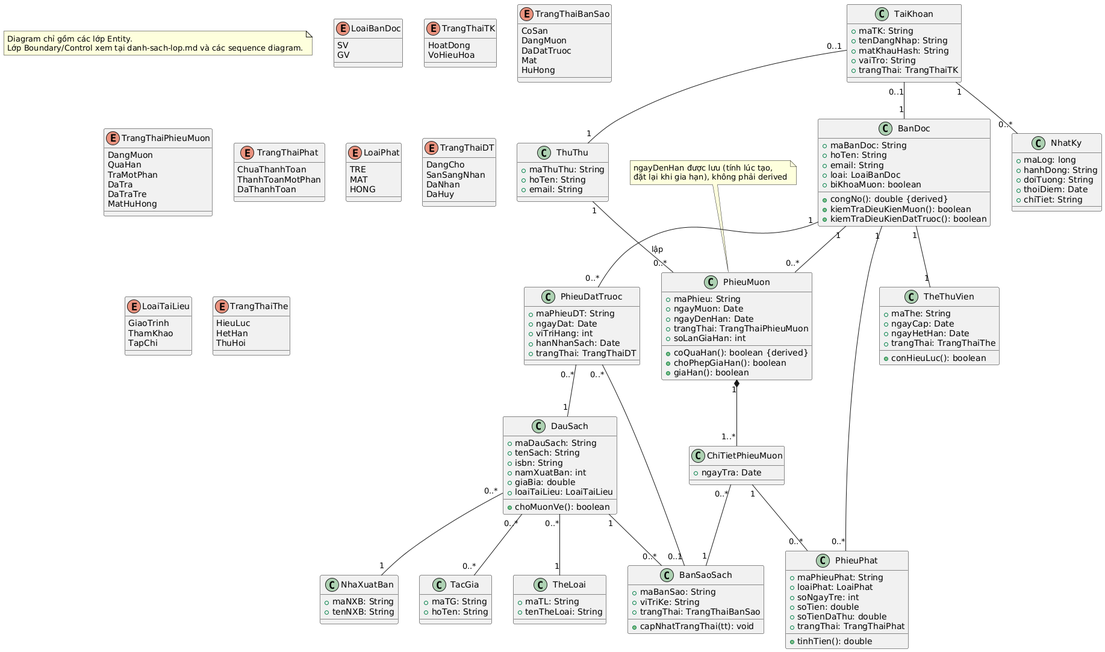
Earlier version of the PlantUML export docs/04-thiet-ke/class-diagram.png (mtmtmthehehe/OOAD).
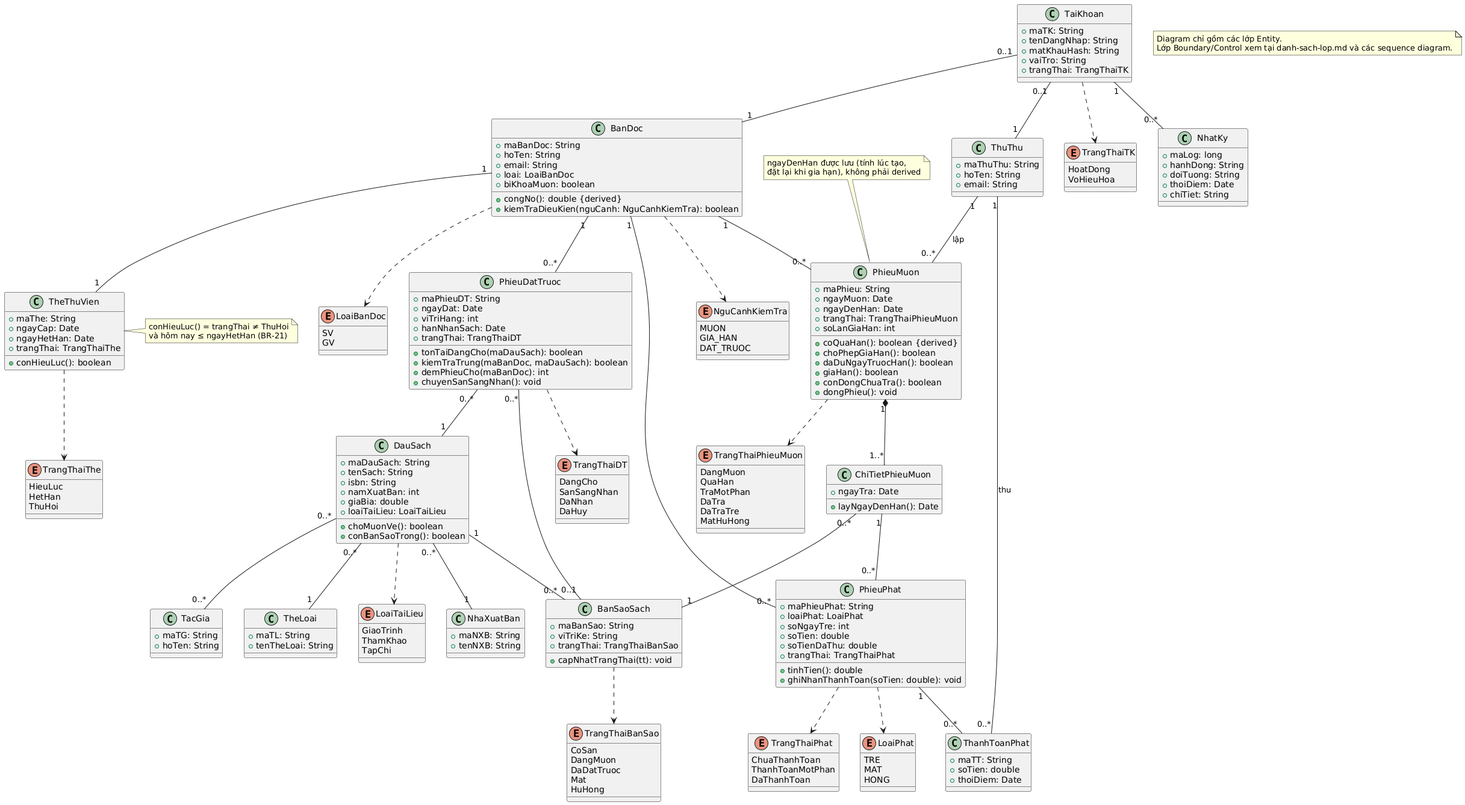
The same file after the commit.

What changed in the source:
```diff
@@ -47,6 +47,11 @@
   ThamKhao
   TapChi
 }
+enum NguCanhKiemTra {
+  MUON
+  GIA_HAN
+  DAT_TRUOC
+}
 enum TrangThaiThe {
   HieuLuc
   HetHan
@@ -61,6 +66,7 @@
   +giaBia: double
   +loaiTaiLieu: LoaiTaiLieu
   +choMuonVe(): boolean
+  +conBanSaoTrong(): boolean
 }
 class BanSaoSach {
   +maBanSao: String
@@ -75,8 +81,7 @@
   +loai: LoaiBanDoc
   +biKhoaMuon: boolean
   +congNo(): double {derived}
-  +kiemTraDieuKienMuon(): boolean
-  +kiemTraDieuKienDatTruoc(): boolean
+  +kiemTraDieuKien(nguCanh: NguCanhKiemTra): boolean
 }
 class TheThuVien {
   +maThe: String
@@ -85,6 +90,7 @@
   +trangThai: TrangThaiThe
   +conHieuLuc(): boolean
 }
+note right of TheThuVien : conHieuLuc() = trangThai ≠ ThuHoi\nvà hôm nay ≤ ngayHetHan (BR-21)
 class TaiKhoan {
   +maTK: String
   +tenDangNhap: String
@@ -112,11 +118,15 @@
   +soLanGiaHan: int
   +coQuaHan(): boolean {derived}
   +choPhepGiaHan(): boolean
+  +daDuNgayTruocHan(): boolean
   +giaHan(): boolean
+  +conDongChuaTra(): boolean
+  +dongPhieu(): void
 }
 note top of PhieuMuon : ngayDenHan được lưu (tính lúc tạo,\nđặt lại khi gia hạn), không phải derived
 class ChiTietPhieuMuon {
   +ngayTra: Date
+  +layNgayDenHan(): Date
 }
 class PhieuPhat {
   +maPhieuPhat: String
@@ -126,6 +136,7 @@
   +soTienDaThu: double
   +trangThai: TrangThaiPhat
   +tinhTien(): double
+  +ghiNhanThanhToan(soTien: double): void
 }
 class PhieuDatTruoc {
   +maPhieuDT: String
@@ -133,6 +144,15 @@
   +viTriHang: int
   +hanNhanSach: Date
   +trangThai: TrangThaiDT
+  +tonTaiDangCho(maDauSach): boolean
+  +kiemTraTrung(maBanDoc, maDauSach): boolean
+  +demPhieuCho(maBanDoc): int
+  +chuyenSanSangNhan(): void
+}
+class ThanhToanPhat {
+  +maTT: String
+  +soTien: double
+  +thoiDiem: Date
 }
 class NhaXuatBan {
   +maNXB: String
@@ -164,4 +184,16 @@
 TaiKhoan "0..1" -- "1" BanDoc
 TaiKhoan "0..1" -- "1" ThuThu
 TaiKhoan "1" -- "0..*" NhatKy
+PhieuPhat "1" -- "0..*" ThanhToanPhat
+ThuThu "1" -- "0..*" ThanhToanPhat : thu
+BanDoc ..> LoaiBanDoc
+TaiKhoan ..> TrangThaiTK
+BanSaoSach ..> TrangThaiBanSao
+PhieuMuon ..> TrangThaiPhieuMuon
+PhieuPhat ..> TrangThaiPhat
+PhieuPhat ..> LoaiPhat
+PhieuDatTruoc ..> TrangThaiDT
+DauSach ..> LoaiTaiLieu
+TheThuVien ..> TrangThaiThe
+BanDoc ..> NguCanhKiemTra
 @enduml
```
